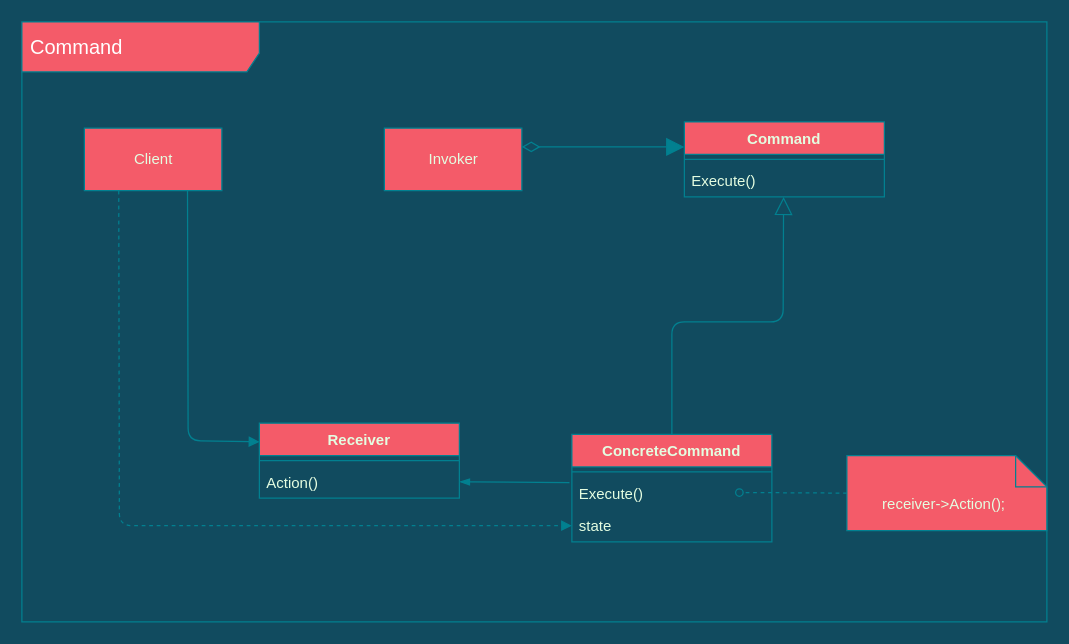
fanyixuanf/rhca keeps this draw.io diagram as rhca.drawio. Above is the earlier version. Source tidied: cells renumbered, new cells numbered last; positions are measured from the earlier drawing's top-left corner, leaving out a move shared by most shapes. Both pictures are drawn from the tidied source at 125%, with x=0, y=0 at pixel (21, 21).
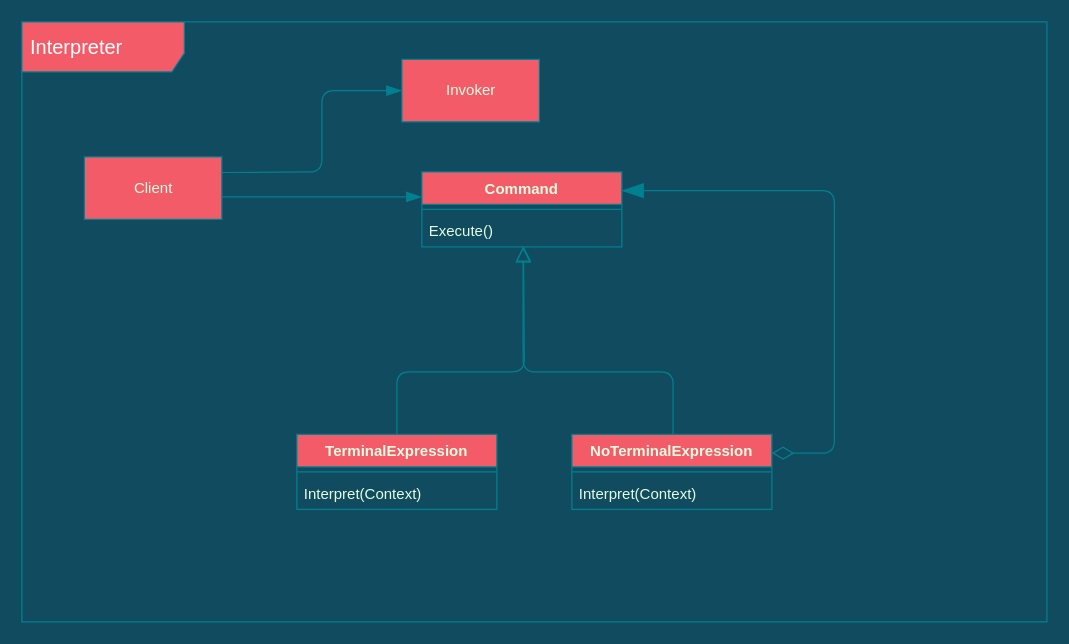
Above is the later version.

Unchanged cells that the change refers to:
```xml
<mxCell id="5" value="Execute()" style="text;strokeColor=none;fillColor=none;align=left;verticalAlign=top;spacingLeft=4;spacingRight=4;overflow=hidden;points=[[0,0.5],[1,0.5]];portConstraint=eastwest;rounded=0;sketch=0;fontColor=#E4FDE1;" parent="3" vertex="1">
  <mxGeometry y="34" width="160" height="26" as="geometry" />
</mxCell>
```

What changed in the source:
```diff
@@
-    <mxCell id="2" value="&lt;font color=&quot;#ffffff&quot;&gt;&lt;span style=&quot;font-size: 16px&quot;&gt;Command&lt;/span&gt;&lt;/font&gt;" style="shape=umlFrame;whiteSpace=wrap;html=1;width=190;height=40;boundedLbl=1;verticalAlign=middle;align=left;spacingLeft=5;fillColor=#F45B69;strokeColor=#028090;fontColor=#E4FDE1;" parent="1" vertex="1">
+    <mxCell id="2" value="&lt;font color=&quot;#ffffff&quot;&gt;&lt;span style=&quot;font-size: 16px&quot;&gt;Interpreter&lt;/span&gt;&lt;/font&gt;" style="shape=umlFrame;whiteSpace=wrap;html=1;width=130;height=40;boundedLbl=1;verticalAlign=middle;align=left;spacingLeft=5;fillColor=#F45B69;strokeColor=#028090;fontColor=#E4FDE1;" parent="1" vertex="1">
       <mxGeometry width="820" height="480" as="geometry" />
     </mxCell>
     <mxCell id="3" value="Command" style="swimlane;fontStyle=1;align=center;verticalAlign=top;horizontal=1;startSize=26;rounded=0;sketch=0;fontColor=#E4FDE1;strokeColor=#028090;fillColor=#F45B69;" parent="1" vertex="1">
-      <mxGeometry x="530" y="80" width="160" height="60" as="geometry" />
+      <mxGeometry x="320" y="120" width="160" height="60" as="geometry" />
     </mxCell>
@@
     <mxCell id="6" value="Client" style="html=1;rounded=0;sketch=0;fontColor=#E4FDE1;strokeColor=#028090;fillColor=#F45B69;" parent="1" vertex="1">
-      <mxGeometry x="50" y="85" width="110" height="50" as="geometry" />
+      <mxGeometry x="50" y="108" width="110" height="50" as="geometry" />
     </mxCell>
     <mxCell id="7" value="Invoker" style="html=1;rounded=0;sketch=0;fontColor=#E4FDE1;strokeColor=#028090;fillColor=#F45B69;" parent="1" vertex="1">
-      <mxGeometry x="290" y="85" width="110" height="50" as="geometry" />
+      <mxGeometry x="304" y="30" width="110" height="50" as="geometry" />
     </mxCell>
-    <mxCell id="8" value="ConcreteCommand" style="swimlane;fontStyle=1;align=center;verticalAlign=top;horizontal=1;startSize=26;rounded=0;sketch=0;fontColor=#E4FDE1;strokeColor=#028090;fillColor=#F45B69;" parent="1" vertex="1">
-      <mxGeometry x="440" y="330" width="160" height="86" as="geometry" />
+    <mxCell id="8" value="NoTerminalExpression" style="swimlane;fontStyle=1;align=center;verticalAlign=top;horizontal=1;startSize=26;rounded=0;sketch=0;fontColor=#E4FDE1;strokeColor=#028090;fillColor=#F45B69;" parent="1" vertex="1">
+      <mxGeometry x="440" y="330" width="160" height="60" as="geometry" />
     </mxCell>
@@
-    <mxCell id="10" value="Execute()" style="text;strokeColor=none;fillColor=none;align=left;verticalAlign=top;spacingLeft=4;spacingRight=4;overflow=hidden;points=[[0,0.5],[1,0.5]];portConstraint=eastwest;rounded=0;sketch=0;fontColor=#E4FDE1;" parent="8" vertex="1">
+    <mxCell id="10" value="Interpret(Context)" style="text;strokeColor=none;fillColor=none;align=left;verticalAlign=top;spacingLeft=4;spacingRight=4;overflow=hidden;points=[[0,0.5],[1,0.5]];portConstraint=eastwest;rounded=0;sketch=0;fontColor=#E4FDE1;" parent="8" vertex="1">
       <mxGeometry y="34" width="160" height="26" as="geometry" />
     </mxCell>
-    <mxCell id="11" style="html=1;verticalAlign=bottom;labelBackgroundColor=none;endArrow=oval;endFill=0;dashed=1;rounded=1;sketch=0;fontColor=#E4FDE1;strokeColor=#028090;fillColor=#F45B69;exitX=0;exitY=0.5;exitDx=0;exitDy=0;exitPerimeter=0;" parent="8" edge="1" source="16">
-      <mxGeometry relative="1" as="geometry">
-        <mxPoint x="134" y="46.5" as="targetPoint" />
-      </mxGeometry>
-    </mxCell>
-    <mxCell id="12" value="state" style="text;strokeColor=none;fillColor=none;align=left;verticalAlign=top;spacingLeft=4;spacingRight=4;overflow=hidden;points=[[0,0.5],[1,0.5]];portConstraint=eastwest;rounded=0;sketch=0;fontColor=#E4FDE1;" parent="8" vertex="1">
-      <mxGeometry y="60" width="160" height="26" as="geometry" />
-    </mxCell>
-    <mxCell id="13" value="Receiver" style="swimlane;fontStyle=1;align=center;verticalAlign=top;horizontal=1;startSize=26;rounded=0;sketch=0;fontColor=#E4FDE1;strokeColor=#028090;fillColor=#F45B69;" parent="1" vertex="1">
-      <mxGeometry x="190" y="321" width="160" height="60" as="geometry" />
+    <mxCell id="13" value="TerminalExpression" style="swimlane;fontStyle=1;align=center;verticalAlign=top;horizontal=1;startSize=26;rounded=0;sketch=0;fontColor=#E4FDE1;strokeColor=#028090;fillColor=#F45B69;" parent="1" vertex="1">
+      <mxGeometry x="220" y="330" width="160" height="60" as="geometry" />
     </mxCell>
@@
-    <mxCell id="15" value="Action()" style="text;strokeColor=none;fillColor=none;align=left;verticalAlign=top;spacingLeft=4;spacingRight=4;overflow=hidden;points=[[0,0.5],[1,0.5]];portConstraint=eastwest;rounded=0;sketch=0;fontColor=#E4FDE1;" parent="13" vertex="1">
+    <mxCell id="15" value="Interpret(Context)" style="text;strokeColor=none;fillColor=none;align=left;verticalAlign=top;spacingLeft=4;spacingRight=4;overflow=hidden;points=[[0,0.5],[1,0.5]];portConstraint=eastwest;rounded=0;sketch=0;fontColor=#E4FDE1;" parent="13" vertex="1">
       <mxGeometry y="34" width="160" height="26" as="geometry" />
     </mxCell>
-    <mxCell id="16" value="&lt;span style=&quot;white-space: pre&quot;&gt;&#9;&lt;/span&gt;receiver-&amp;gt;Action();" style="shape=note2;boundedLbl=1;whiteSpace=wrap;html=1;size=25;verticalAlign=top;align=left;rounded=0;sketch=0;fontColor=#E4FDE1;strokeColor=#028090;fillColor=#F45B69;" parent="1" vertex="1">
-      <mxGeometry x="660" y="347" width="160" height="60" as="geometry" />
-    </mxCell>
-    <mxCell id="17" style="html=1;verticalAlign=bottom;labelBackgroundColor=none;endArrow=blockThin;endFill=1;rounded=1;sketch=0;fontColor=#E4FDE1;strokeColor=#028090;fillColor=#F45B69;entryX=1;entryY=0.5;entryDx=0;entryDy=0;exitX=-0.012;exitY=0.179;exitDx=0;exitDy=0;exitPerimeter=0;" parent="1" edge="1" source="10" target="15">
-      <mxGeometry relative="1" as="geometry" />
-    </mxCell>
-    <mxCell id="18" style="html=1;verticalAlign=bottom;labelBackgroundColor=none;endArrow=block;endFill=1;rounded=1;sketch=0;fontColor=#E4FDE1;strokeColor=#028090;fillColor=#F45B69;exitX=0.75;exitY=1;exitDx=0;exitDy=0;entryX=0;entryY=0.25;entryDx=0;entryDy=0;" parent="1" edge="1" source="6" target="13">
-      <mxGeometry relative="1" as="geometry">
-        <Array as="points">
-          <mxPoint x="133" y="335" />
-        </Array>
-      </mxGeometry>
-    </mxCell>
-    <mxCell id="19" style="html=1;verticalAlign=bottom;labelBackgroundColor=none;endArrow=block;endFill=1;rounded=1;sketch=0;fontColor=#E4FDE1;strokeColor=#028090;fillColor=#F45B69;dashed=1;exitX=0.25;exitY=1;exitDx=0;exitDy=0;entryX=0;entryY=0.5;entryDx=0;entryDy=0;" parent="1" edge="1" source="6" target="12">
-      <mxGeometry relative="1" as="geometry">
-        <Array as="points">
-          <mxPoint x="78" y="403" />
-        </Array>
-      </mxGeometry>
-    </mxCell>
-    <mxCell id="20" style="html=1;verticalAlign=bottom;labelBackgroundColor=none;endArrow=block;endFill=1;rounded=1;sketch=0;fontColor=#E4FDE1;strokeColor=#028090;fillColor=#F45B69;startArrow=diamondThin;startFill=0;endSize=12;startSize=12;" parent="1" edge="1">
-      <mxGeometry relative="1" as="geometry">
-        <mxPoint x="400" y="100" as="sourcePoint" />
-        <mxPoint x="530" y="100" as="targetPoint" />
-      </mxGeometry>
-    </mxCell>
-    <mxCell id="21" style="html=1;verticalAlign=bottom;labelBackgroundColor=none;endArrow=block;endFill=0;rounded=1;sketch=0;fontColor=#E4FDE1;startSize=12;endSize=12;strokeColor=#028090;fillColor=#F45B69;exitX=0.5;exitY=0;exitDx=0;exitDy=0;entryX=0.496;entryY=1;entryDx=0;entryDy=0;entryPerimeter=0;" parent="1" edge="1" source="8" target="5">
-      <mxGeometry relative="1" as="geometry">
-        <Array as="points">
-          <mxPoint x="520" y="240" />
-          <mxPoint x="609" y="240" />
-        </Array>
-      </mxGeometry>
-    </mxCell>
+    <mxCell id="22" style="endArrow=blockThin;startArrow=none;endFill=1;startFill=0;endSize=10;html=1;verticalAlign=bottom;labelBackgroundColor=none;rounded=1;sketch=0;fontColor=#E4FDE1;strokeColor=#028090;fillColor=#F45B69;jumpSize=8;startSize=10;exitX=1;exitY=0.25;exitDx=0;exitDy=0;entryX=0;entryY=0.5;entryDx=0;entryDy=0;" parent="1" edge="1" source="6" target="7">
+      <mxGeometry relative="1" as="geometry">
+        <Array as="points">
+          <mxPoint x="240" y="120" />
+          <mxPoint x="240" y="55" />
+        </Array>
+      </mxGeometry>
+    </mxCell>
+    <mxCell id="23" style="html=1;verticalAlign=bottom;labelBackgroundColor=none;endArrow=blockThin;endFill=1;rounded=1;sketch=0;fontColor=#E4FDE1;startSize=10;endSize=10;strokeColor=#028090;fillColor=#F45B69;jumpSize=8;" parent="1" edge="1">
+      <mxGeometry relative="1" as="geometry">
+        <mxPoint x="160" y="140" as="sourcePoint" />
+        <mxPoint x="320" y="140" as="targetPoint" />
+      </mxGeometry>
+    </mxCell>
+    <mxCell id="24" style="html=1;verticalAlign=bottom;labelBackgroundColor=none;endArrow=block;endFill=0;rounded=1;sketch=0;fontColor=#E4FDE1;startSize=10;endSize=10;strokeColor=#028090;fillColor=#F45B69;jumpSize=8;entryX=0.508;entryY=0.974;entryDx=0;entryDy=0;entryPerimeter=0;exitX=0.5;exitY=0;exitDx=0;exitDy=0;" parent="1" edge="1" source="13" target="5">
+      <mxGeometry relative="1" as="geometry">
+        <Array as="points">
+          <mxPoint x="300" y="280" />
+          <mxPoint x="402" y="280" />
+        </Array>
+      </mxGeometry>
+    </mxCell>
+    <mxCell id="25" style="html=1;verticalAlign=bottom;labelBackgroundColor=none;endArrow=block;endFill=0;rounded=1;sketch=0;fontColor=#E4FDE1;startSize=10;endSize=10;strokeColor=#028090;fillColor=#F45B69;jumpSize=8;exitX=0.5;exitY=0;exitDx=0;exitDy=0;" parent="1" edge="1">
+      <mxGeometry relative="1" as="geometry">
+        <mxPoint x="521" y="330" as="sourcePoint" />
+        <mxPoint x="401" y="180" as="targetPoint" />
+        <Array as="points">
+          <mxPoint x="521" y="280" />
+          <mxPoint x="401" y="280" />
+        </Array>
+      </mxGeometry>
+    </mxCell>
+    <mxCell id="26" style="endArrow=diamondThin;startArrow=blockThin;endFill=0;startFill=1;html=1;rounded=1;sketch=0;fontColor=#E4FDE1;startSize=15;endSize=15;strokeColor=#028090;fillColor=#F45B69;jumpSize=10;strokeWidth=1;targetPerimeterSpacing=10;sourcePerimeterSpacing=5;entryX=1;entryY=0.25;entryDx=0;entryDy=0;exitX=1;exitY=0.25;exitDx=0;exitDy=0;" parent="1" edge="1" source="3" target="8">
+      <mxGeometry relative="1" as="geometry">
+        <Array as="points">
+          <mxPoint x="650" y="135" />
+          <mxPoint x="650" y="345" />
+        </Array>
+      </mxGeometry>
+    </mxCell>
```
